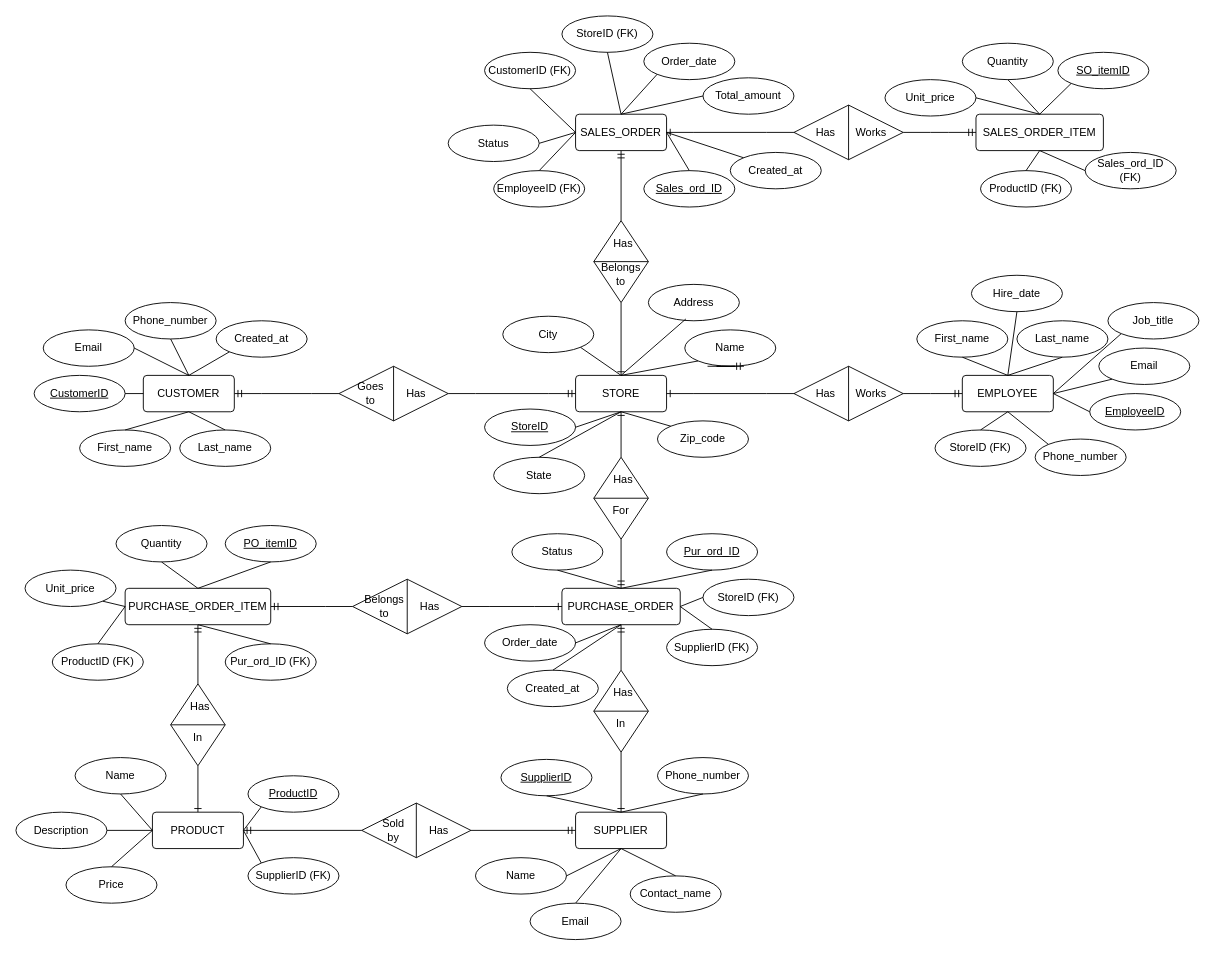
Before: diagrams/EER_563.drawio in Shantanu-Barua/prt563_dbdesign, a draw.io diagram. Source tidied: cells renumbered, new cells numbered last; positions are measured from the earlier drawing's top-left corner, leaving out a move shared by most shapes. Both pictures are drawn from the tidied source at 91%, with x=0, y=0 at pixel (15, 15).
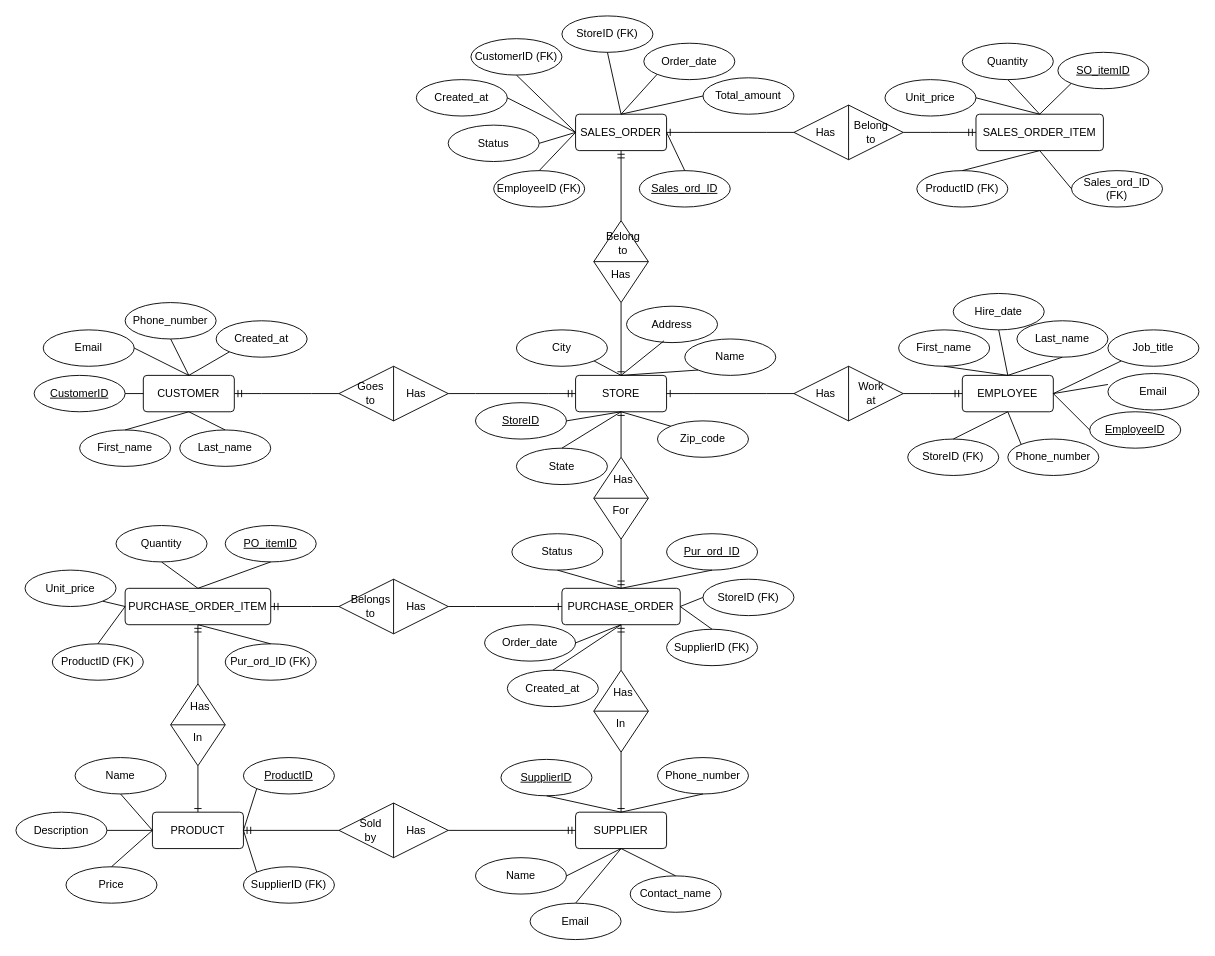
The same diagram, later.

Unchanged cells that the change refers to:
```xml
<mxCell id="22" style="group;" parent="1" vertex="1">
  <mxGeometry x="855" y="385" width="120" height="60" as="geometry" />
</mxCell>
<mxCell id="37" style="shape=rhombus;perimeter=rhombusPerimeter;whiteSpace=wrap;html=1;align=center;" parent="36" vertex="1">
  <mxGeometry width="120" height="60" as="geometry" />
</mxCell>
<mxCell id="63" style="group;rotation=90;" parent="1" vertex="1">
  <mxGeometry x="605" y="225" width="120" height="75" as="geometry" />
</mxCell>
<mxCell id="70" style="group;" parent="1" vertex="1">
  <mxGeometry x="855" y="98" width="120" height="60" as="geometry" />
</mxCell>
<mxCell id="75" style="group;" parent="1" vertex="1">
  <mxGeometry x="475" width="410" height="210" as="geometry" />
</mxCell>
<mxCell id="76" value="SALES_ORDER" style="rounded=1;arcSize=10;whiteSpace=wrap;html=1;align=center;" parent="75" vertex="1">
  <mxGeometry x="140" y="108" width="100" height="40" as="geometry" />
</mxCell>
<mxCell id="93" style="group;" parent="1" vertex="1">
  <mxGeometry x="955" y="30" width="320" height="180" as="geometry" />
</mxCell>
<mxCell id="108" style="group;" parent="1" vertex="1">
  <mxGeometry x="990" y="285" width="310" height="220" as="geometry" />
</mxCell>
<mxCell id="109" value="EMPLOYEE" style="rounded=1;arcSize=10;whiteSpace=wrap;html=1;align=center;" parent="108" vertex="1">
  <mxGeometry x="50" y="110" width="100" height="40" as="geometry" />
</mxCell>
<mxCell id="152" style="group;" parent="1" vertex="1">
  <mxGeometry y="815" width="355" height="160" as="geometry" />
</mxCell>
<mxCell id="176" style="group;" parent="1" vertex="1">
  <mxGeometry x="515" y="515" width="410" height="244" as="geometry" />
</mxCell>
<mxCell id="177" value="PURCHASE_ORDER" style="rounded=1;arcSize=10;whiteSpace=wrap;html=1;align=center;" parent="176" vertex="1">
  <mxGeometry x="85" y="114" width="130" height="40" as="geometry" />
</mxCell>
<mxCell id="182" value="Created_at" style="ellipse;whiteSpace=wrap;html=1;align=center;" parent="176" vertex="1">
  <mxGeometry x="25" y="204" width="100" height="40" as="geometry" />
</mxCell>
```

The edit, as a diff of the source:
```diff
@@
     <mxCell id="5" value="Name" style="ellipse;whiteSpace=wrap;html=1;align=center;" parent="1" vertex="1">
-      <mxGeometry x="735" y="345" width="100" height="40" as="geometry" />
+      <mxGeometry x="735" y="355" width="100" height="40" as="geometry" />
     </mxCell>
     <mxCell id="6" value="&lt;u&gt;StoreID&lt;/u&gt;" style="ellipse;whiteSpace=wrap;html=1;align=center;" parent="1" vertex="1">
-      <mxGeometry x="515" y="432" width="100" height="40" as="geometry" />
+      <mxGeometry x="505" y="425" width="100" height="40" as="geometry" />
     </mxCell>
     <mxCell id="7" value="Address" style="ellipse;whiteSpace=wrap;html=1;align=center;" parent="1" vertex="1">
-      <mxGeometry x="695" y="295" width="100" height="40" as="geometry" />
+      <mxGeometry x="671" y="319" width="100" height="40" as="geometry" />
     </mxCell>
     <mxCell id="8" value="City" style="ellipse;whiteSpace=wrap;html=1;align=center;" parent="1" vertex="1">
-      <mxGeometry x="535" y="330" width="100" height="40" as="geometry" />
+      <mxGeometry x="550" y="345" width="100" height="40" as="geometry" />
     </mxCell>
     <mxCell id="9" value="State" style="ellipse;whiteSpace=wrap;html=1;align=center;" parent="1" vertex="1">
-      <mxGeometry x="525" y="485" width="100" height="40" as="geometry" />
+      <mxGeometry x="550" y="475" width="100" height="40" as="geometry" />
     </mxCell>
@@
-    <mxCell id="24" value="Works" style="rounded=0;whiteSpace=wrap;html=1;fillColor=none;strokeColor=none;" parent="22" vertex="1">
+    <mxCell id="24" value="Work at" style="rounded=0;whiteSpace=wrap;html=1;fillColor=none;strokeColor=none;" parent="22" vertex="1">
       <mxGeometry x="70" y="20" width="30" height="20" as="geometry" />
     </mxCell>
@@
     <mxCell id="36" style="group;" parent="1" vertex="1">
-      <mxGeometry x="370" y="619" width="120" height="60" as="geometry" />
+      <mxGeometry x="355" y="619" width="120" height="60" as="geometry" />
     </mxCell>
@@
     <mxCell id="56" style="group;" parent="1" vertex="1">
-      <mxGeometry x="380" y="865" width="120" height="60" as="geometry" />
+      <mxGeometry x="355" y="865" width="120" height="60" as="geometry" />
     </mxCell>
@@
-    <mxCell id="65" value="Belongs to" style="rounded=0;whiteSpace=wrap;html=1;fillColor=none;strokeColor=none;rotation=0;" parent="63" vertex="1">
+    <mxCell id="65" value="Has" style="rounded=0;whiteSpace=wrap;html=1;fillColor=none;strokeColor=none;rotation=0;" parent="63" vertex="1">
       <mxGeometry x="45" y="49" width="30" height="20" as="geometry" />
     </mxCell>
-    <mxCell id="66" value="Has" style="rounded=0;whiteSpace=wrap;html=1;fillColor=none;strokeColor=none;rotation=0;" parent="63" vertex="1">
+    <mxCell id="66" value="Belong to" style="rounded=0;whiteSpace=wrap;html=1;fillColor=none;strokeColor=none;rotation=0;" parent="63" vertex="1">
       <mxGeometry x="45" y="10" width="35" height="30" as="geometry" />
     </mxCell>
@@
-    <mxCell id="72" value="Works" style="rounded=0;whiteSpace=wrap;html=1;fillColor=none;strokeColor=none;" parent="70" vertex="1">
+    <mxCell id="72" value="Belong to" style="rounded=0;whiteSpace=wrap;html=1;fillColor=none;strokeColor=none;" parent="70" vertex="1">
       <mxGeometry x="70" y="20" width="30" height="20" as="geometry" />
     </mxCell>
@@
-    <mxCell id="77" value="&lt;u&gt;Sales_ord_ID&lt;/u&gt;" style="ellipse;whiteSpace=wrap;html=1;align=center;" parent="75" vertex="1">
-      <mxGeometry x="215" y="170" width="100" height="40" as="geometry" />
-    </mxCell>
     <mxCell id="78" value="CustomerID (FK)" style="ellipse;whiteSpace=wrap;html=1;align=center;" parent="75" vertex="1">
-      <mxGeometry x="40" y="40" width="100" height="40" as="geometry" />
+      <mxGeometry x="25" y="25" width="100" height="40" as="geometry" />
     </mxCell>
@@
     <mxCell id="84" value="Created_at" style="ellipse;whiteSpace=wrap;html=1;align=center;" parent="75" vertex="1">
-      <mxGeometry x="310" y="150" width="100" height="40" as="geometry" />
+      <mxGeometry x="-35" y="70" width="100" height="40" as="geometry" />
     </mxCell>
@@
-    <mxCell id="88" style="endArrow=none;html=1;rounded=0;exitX=1;exitY=0.5;exitDx=0;exitDy=0;entryX=0;entryY=0;entryDx=0;entryDy=0;" parent="75" edge="1" source="76" target="84">
+    <mxCell id="88" style="endArrow=none;html=1;rounded=0;exitX=0;exitY=0.5;exitDx=0;exitDy=0;entryX=1;entryY=0.5;entryDx=0;entryDy=0;" parent="75" edge="1" source="76" target="84">
       <mxGeometry relative="1" as="geometry" />
     </mxCell>
-    <mxCell id="89" style="endArrow=none;html=1;rounded=0;exitX=1;exitY=0.5;exitDx=0;exitDy=0;entryX=0.5;entryY=0;entryDx=0;entryDy=0;" parent="75" edge="1" source="76" target="77">
-      <mxGeometry relative="1" as="geometry" />
-    </mxCell>
@@
+    <mxCell id="77" value="&lt;u&gt;Sales_ord_ID&lt;/u&gt;" style="ellipse;whiteSpace=wrap;html=1;align=center;" parent="75" vertex="1">
+      <mxGeometry x="210" y="170" width="100" height="40" as="geometry" />
+    </mxCell>
+    <mxCell id="89" style="endArrow=none;html=1;rounded=0;exitX=1;exitY=0.5;exitDx=0;exitDy=0;entryX=0.5;entryY=0;entryDx=0;entryDy=0;" parent="75" edge="1" source="76" target="77">
+      <mxGeometry relative="1" as="geometry" />
+    </mxCell>
@@
     <mxCell id="96" value="Sales_ord_ID (FK)" style="ellipse;whiteSpace=wrap;html=1;align=center;" parent="93" vertex="1">
-      <mxGeometry x="220" y="120" width="100" height="40" as="geometry" />
+      <mxGeometry x="205" y="140" width="100" height="40" as="geometry" />
     </mxCell>
     <mxCell id="97" value="ProductID (FK)" style="ellipse;whiteSpace=wrap;html=1;align=center;" parent="93" vertex="1">
-      <mxGeometry x="105" y="140" width="100" height="40" as="geometry" />
+      <mxGeometry x="35" y="140" width="100" height="40" as="geometry" />
     </mxCell>
@@
-    <mxCell id="106" style="edgeStyle=entityRelationEdgeStyle;fontSize=12;html=1;endArrow=ERmandOne;endFill=0;rounded=0;entryX=0;entryY=0.5;entryDx=0;entryDy=0;exitX=1;exitY=0.5;exitDx=0;exitDy=0;" parent="1" edge="1">
-      <mxGeometry relative="1" as="geometry">
-        <mxPoint x="760" y="385" as="sourcePoint" />
-        <mxPoint x="800" y="385" as="targetPoint" />
-      </mxGeometry>
-    </mxCell>
@@
     <mxCell id="110" value="&lt;u&gt;EmployeeID&lt;/u&gt;" style="ellipse;whiteSpace=wrap;html=1;align=center;" parent="108" vertex="1">
-      <mxGeometry x="190" y="130" width="100" height="40" as="geometry" />
+      <mxGeometry x="190" y="150" width="100" height="40" as="geometry" />
     </mxCell>
     <mxCell id="111" value="First_name" style="ellipse;whiteSpace=wrap;html=1;align=center;" parent="108" vertex="1">
-      <mxGeometry y="50" width="100" height="40" as="geometry" />
+      <mxGeometry x="-20" y="60" width="100" height="40" as="geometry" />
     </mxCell>
@@
     <mxCell id="113" value="Email" style="ellipse;whiteSpace=wrap;html=1;align=center;" parent="108" vertex="1">
-      <mxGeometry x="200" y="80" width="100" height="40" as="geometry" />
+      <mxGeometry x="210" y="108" width="100" height="40" as="geometry" />
     </mxCell>
-    <mxCell id="114" value="Phone_number" style="ellipse;whiteSpace=wrap;html=1;align=center;" parent="108" vertex="1">
-      <mxGeometry x="130" y="180" width="100" height="40" as="geometry" />
-    </mxCell>
     <mxCell id="115" value="StoreID (FK)" style="ellipse;whiteSpace=wrap;html=1;align=center;" parent="108" vertex="1">
-      <mxGeometry x="20" y="170" width="100" height="40" as="geometry" />
+      <mxGeometry x="-10" y="180" width="100" height="40" as="geometry" />
     </mxCell>
     <mxCell id="116" value="Hire_date" style="ellipse;whiteSpace=wrap;html=1;align=center;" parent="108" vertex="1">
-      <mxGeometry x="60" width="100" height="40" as="geometry" />
+      <mxGeometry x="40" y="20" width="100" height="40" as="geometry" />
     </mxCell>
     <mxCell id="117" value="Job_title" style="ellipse;whiteSpace=wrap;html=1;align=center;" parent="108" vertex="1">
-      <mxGeometry x="210" y="30" width="100" height="40" as="geometry" />
+      <mxGeometry x="210" y="60" width="100" height="40" as="geometry" />
     </mxCell>
@@
-    <mxCell id="122" style="endArrow=none;html=1;rounded=0;exitX=1;exitY=0.5;exitDx=0;exitDy=0;entryX=0;entryY=1;entryDx=0;entryDy=0;" parent="108" edge="1" source="109" target="113">
-      <mxGeometry relative="1" as="geometry" />
+    <mxCell id="122" style="endArrow=none;html=1;rounded=0;exitX=1;exitY=0.5;exitDx=0;exitDy=0;" parent="108" edge="1" source="109">
+      <mxGeometry relative="1" as="geometry">
+        <mxPoint x="210" y="120" as="targetPoint" />
+      </mxGeometry>
     </mxCell>
@@
-    <mxCell id="124" style="endArrow=none;html=1;rounded=0;exitX=0.5;exitY=1;exitDx=0;exitDy=0;entryX=0;entryY=0;entryDx=0;entryDy=0;" parent="108" edge="1" source="109" target="114">
-      <mxGeometry relative="1" as="geometry" />
-    </mxCell>
@@
     <mxCell id="154" value="&lt;u&gt;ProductID&lt;/u&gt;" style="ellipse;whiteSpace=wrap;html=1;align=center;" parent="152" vertex="1">
-      <mxGeometry x="255" y="20" width="100" height="40" as="geometry" />
+      <mxGeometry x="250" width="100" height="40" as="geometry" />
     </mxCell>
     <mxCell id="155" value="SupplierID (FK)" style="ellipse;whiteSpace=wrap;html=1;align=center;" parent="152" vertex="1">
-      <mxGeometry x="255" y="110" width="100" height="40" as="geometry" />
+      <mxGeometry x="250" y="120" width="100" height="40" as="geometry" />
     </mxCell>
@@
+    <mxCell id="190" style="endArrow=none;html=1;rounded=0;exitX=0.5;exitY=1;exitDx=0;exitDy=0;entryX=0.5;entryY=0;entryDx=0;entryDy=0;" parent="176" edge="1" source="177" target="182">
+      <mxGeometry relative="1" as="geometry" />
+    </mxCell>
-    <mxCell id="189" style="edgeStyle=entityRelationEdgeStyle;fontSize=12;html=1;endArrow=ERone;rounded=0;entryX=0;entryY=0.5;entryDx=0;entryDy=0;exitX=1;exitY=0.5;exitDx=0;exitDy=0;endFill=0;" parent="176" edge="1" source="37" target="177">
+    <mxCell id="189" style="edgeStyle=entityRelationEdgeStyle;fontSize=12;html=1;endArrow=ERone;rounded=0;entryX=0;entryY=0.5;entryDx=0;entryDy=0;endFill=0;exitX=1;exitY=0.5;exitDx=0;exitDy=0;" parent="1" edge="1" source="37" target="177">
       <mxGeometry relative="1" as="geometry">
         <Array as="points">
-          <mxPoint x="340" y="100" />
-          <mxPoint x="310" y="120" />
-          <mxPoint x="350" y="100" />
-          <mxPoint x="330" y="110" />
-          <mxPoint x="340" y="10" />
-          <mxPoint x="410" />
-          <mxPoint x="310" y="140" />
-          <mxPoint x="330" y="100" />
-          <mxPoint x="320" y="90" />
-          <mxPoint x="320" y="140" />
+          <mxPoint x="855" y="615" />
+          <mxPoint x="825" y="635" />
+          <mxPoint x="865" y="615" />
+          <mxPoint x="845" y="625" />
+          <mxPoint x="855" y="525" />
+          <mxPoint x="925" y="515" />
+          <mxPoint x="825" y="655" />
+          <mxPoint x="845" y="615" />
+          <mxPoint x="835" y="605" />
+          <mxPoint x="835" y="655" />
         </Array>
       </mxGeometry>
     </mxCell>
-    <mxCell id="190" style="endArrow=none;html=1;rounded=0;exitX=0.5;exitY=1;exitDx=0;exitDy=0;entryX=0.5;entryY=0;entryDx=0;entryDy=0;" parent="176" edge="1" source="177" target="182">
-      <mxGeometry relative="1" as="geometry" />
-    </mxCell>
+    <mxCell id="114" value="Phone_number" style="ellipse;whiteSpace=wrap;html=1;align=center;" parent="1" vertex="1">
+      <mxGeometry x="1090" y="465" width="100" height="40" as="geometry" />
+    </mxCell>
+    <mxCell id="124" style="endArrow=none;html=1;rounded=0;exitX=0.5;exitY=1;exitDx=0;exitDy=0;entryX=0;entryY=0;entryDx=0;entryDy=0;" parent="1" edge="1" source="109" target="114">
+      <mxGeometry relative="1" as="geometry" />
+    </mxCell>
```
